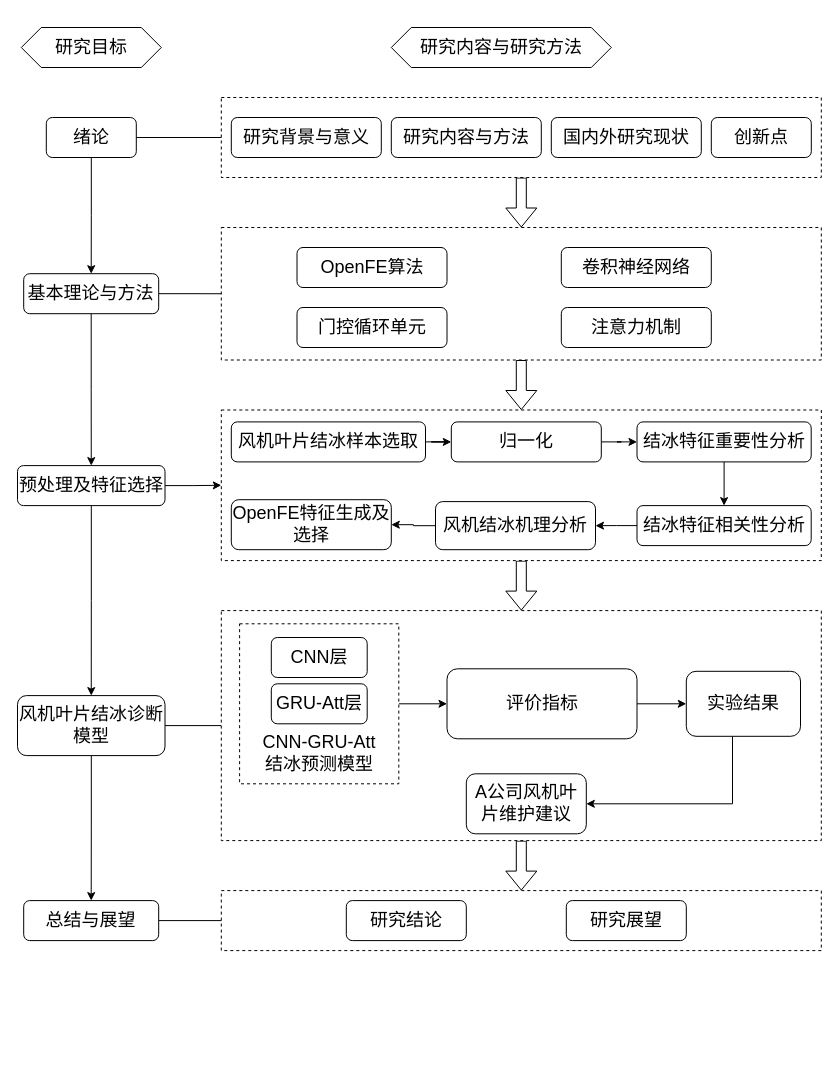
Before: 新毕设技术路线图 1210.drawio in Abccccd/-2, a draw.io diagram. Source tidied: cells renumbered, new cells numbered last; positions are measured from the earlier drawing's top-left corner, leaving out a move shared by most shapes. Both pictures are drawn from the tidied source at 100%, with x=0, y=0 at pixel (17, 27).
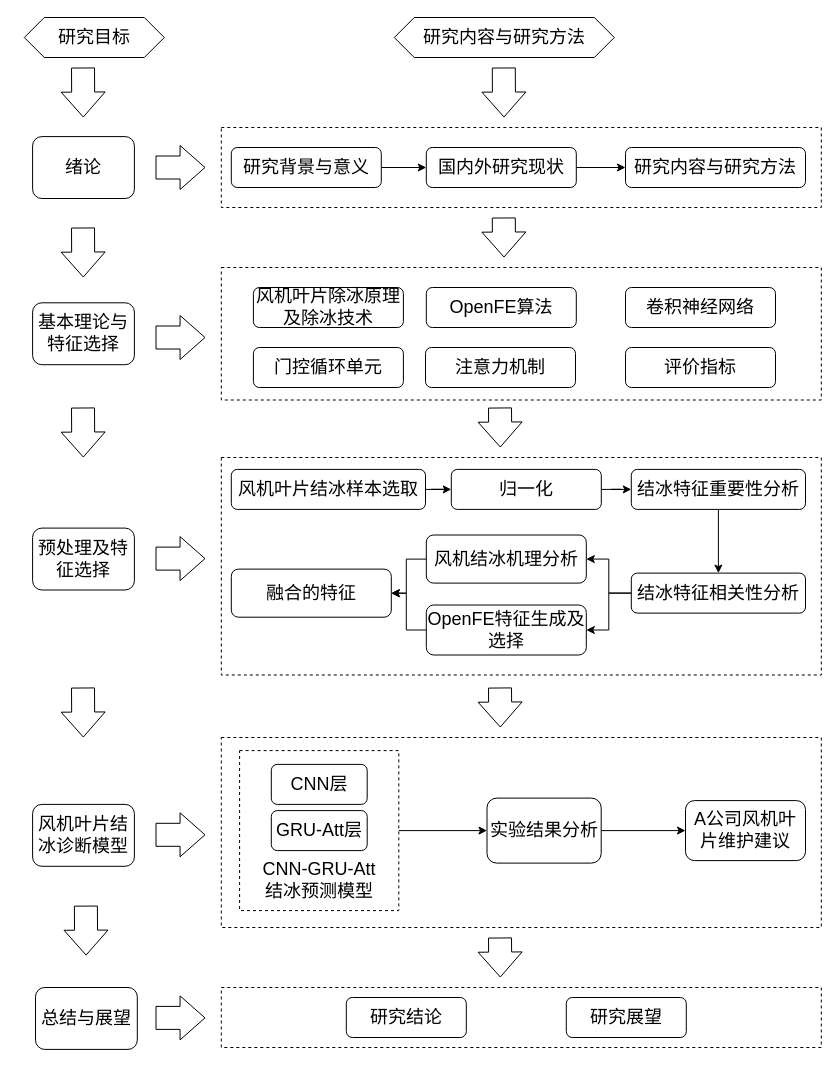
After the change.

Commit message:
新毕设技术路线图 1210.drawio

Diff of the diagram source:
```diff
@@
-    <mxCell id="2" style="edgeStyle=orthogonalEdgeStyle;rounded=0;jettySize=auto;html=1;entryX=0.5;entryY=0;entryDx=0;entryDy=0;shape=flexArrow;" parent="1" edge="1" source="3" target="6">
-      <mxGeometry relative="1" as="geometry" />
-    </mxCell>
     <mxCell id="3" style="rounded=0;whiteSpace=wrap;html=1;dashed=1;" parent="1" vertex="1">
-      <mxGeometry x="203.8" y="382.5" width="600" height="150.6" as="geometry" />
+      <mxGeometry x="203.8" y="430" width="600" height="217.5" as="geometry" />
     </mxCell>
-    <mxCell id="4" style="edgeStyle=orthogonalEdgeStyle;rounded=0;jettySize=auto;html=1;shape=flexArrow;" parent="1" edge="1" source="6" target="9">
-      <mxGeometry relative="1" as="geometry" />
-    </mxCell>
-    <mxCell id="5" style="edgeStyle=orthogonalEdgeStyle;rounded=0;jettySize=auto;html=1;entryX=1;entryY=0.5;entryDx=0;entryDy=0;endArrow=none;endFill=0;" parent="1" edge="1" source="6" target="43">
-      <mxGeometry relative="1" as="geometry" />
-    </mxCell>
     <mxCell id="6" style="rounded=0;whiteSpace=wrap;html=1;dashed=1;" parent="1" vertex="1">
-      <mxGeometry x="203.8" y="583.1" width="600" height="230" as="geometry" />
+      <mxGeometry x="203.8" y="710" width="600" height="190" as="geometry" />
     </mxCell>
-    <mxCell id="7" style="edgeStyle=orthogonalEdgeStyle;rounded=0;jettySize=auto;html=1;" parent="1" edge="1" source="8" target="46">
-      <mxGeometry relative="1" as="geometry" />
-    </mxCell>
+    <mxCell id="58" style="edgeStyle=orthogonalEdgeStyle;rounded=0;jettySize=auto;html=1;exitX=1;exitY=0.5;exitDx=0;exitDy=0;entryX=0;entryY=0.5;entryDx=0;entryDy=0;" parent="1" edge="1" source="8" target="48">
+      <mxGeometry relative="1" as="geometry" />
+    </mxCell>
     <mxCell id="8" style="rounded=0;whiteSpace=wrap;html=1;dashed=1;" parent="1" vertex="1">
-      <mxGeometry x="222.1" y="596.3" width="159.2" height="160" as="geometry" />
+      <mxGeometry x="222.1" y="723.1" width="159.2" height="160" as="geometry" />
     </mxCell>
     <mxCell id="9" style="rounded=0;whiteSpace=wrap;html=1;dashed=1;" parent="1" vertex="1">
-      <mxGeometry x="203.8" y="863.1" width="600" height="60" as="geometry" />
+      <mxGeometry x="203.8" y="960" width="600" height="60" as="geometry" />
     </mxCell>
-    <mxCell id="10" style="edgeStyle=orthogonalEdgeStyle;rounded=0;jettySize=auto;html=1;entryX=0.5;entryY=0;entryDx=0;entryDy=0;shape=flexArrow;" parent="1" edge="1" source="11" target="3">
-      <mxGeometry relative="1" as="geometry" />
-    </mxCell>
     <mxCell id="11" style="rounded=0;whiteSpace=wrap;html=1;dashed=1;" parent="1" vertex="1">
-      <mxGeometry x="203.8" y="200" width="600" height="132.5" as="geometry" />
+      <mxGeometry x="203.8" y="240" width="600" height="132.5" as="geometry" />
     </mxCell>
-    <mxCell id="12" style="edgeStyle=orthogonalEdgeStyle;rounded=0;jettySize=auto;html=1;entryX=0.5;entryY=0;entryDx=0;entryDy=0;shape=flexArrow;" parent="1" edge="1" source="13" target="11">
-      <mxGeometry relative="1" as="geometry" />
-    </mxCell>
     <mxCell id="13" style="rounded=0;whiteSpace=wrap;html=1;dashed=1;" parent="1" vertex="1">
-      <mxGeometry x="203.8" y="70" width="600" height="80" as="geometry" />
+      <mxGeometry x="203.8" y="100" width="600" height="80" as="geometry" />
     </mxCell>
     <mxCell id="14" value="&lt;font style=&quot;font-size: 18px;&quot;&gt;研究目标&lt;/font&gt;" style="shape=hexagon;perimeter=hexagonPerimeter2;whiteSpace=wrap;html=1;fixedSize=1;" parent="1" vertex="1">
-      <mxGeometry x="3.8" width="140" height="40" as="geometry" />
+      <mxGeometry x="6.8" y="-10" width="140" height="40" as="geometry" />
     </mxCell>
     <mxCell id="15" value="&lt;font style=&quot;font-size: 18px;&quot;&gt;研究内容与研究方法&lt;/font&gt;" style="shape=hexagon;perimeter=hexagonPerimeter2;whiteSpace=wrap;html=1;fixedSize=1;" parent="1" vertex="1">
-      <mxGeometry x="373.8" width="220" height="40" as="geometry" />
+      <mxGeometry x="376.8" y="-10" width="220" height="40" as="geometry" />
     </mxCell>
-    <mxCell id="16" style="edgeStyle=orthogonalEdgeStyle;rounded=0;jettySize=auto;html=1;entryX=0.5;entryY=0;entryDx=0;entryDy=0;" parent="1" edge="1" source="18" target="25">
-      <mxGeometry relative="1" as="geometry" />
-    </mxCell>
-    <mxCell id="17" style="edgeStyle=orthogonalEdgeStyle;rounded=0;jettySize=auto;html=1;entryX=0;entryY=0.5;entryDx=0;entryDy=0;endArrow=none;endFill=0;" parent="1" edge="1" source="18" target="13">
-      <mxGeometry relative="1" as="geometry" />
-    </mxCell>
-    <mxCell id="18" value="&lt;font style=&quot;font-size: 18px;&quot;&gt;绪论&lt;/font&gt;" style="rounded=1;whiteSpace=wrap;html=1;" parent="1" vertex="1">
-      <mxGeometry x="28.8" y="90" width="90" height="40" as="geometry" />
-    </mxCell>
+    <mxCell id="59" style="edgeStyle=orthogonalEdgeStyle;rounded=0;jettySize=auto;html=1;entryX=0;entryY=0.5;entryDx=0;entryDy=0;" parent="1" edge="1" source="19" target="21">
+      <mxGeometry relative="1" as="geometry" />
+    </mxCell>
     <mxCell id="19" value="&lt;font style=&quot;font-size: 18px;&quot;&gt;研究背景与意义&lt;/font&gt;" style="rounded=1;whiteSpace=wrap;html=1;" parent="1" vertex="1">
-      <mxGeometry x="213.8" y="90" width="150" height="40" as="geometry" />
+      <mxGeometry x="213.8" y="120" width="150" height="40" as="geometry" />
     </mxCell>
-    <mxCell id="20" value="&lt;font style=&quot;font-size: 18px;&quot;&gt;研究内容与方法&lt;/font&gt;" style="rounded=1;whiteSpace=wrap;html=1;" parent="1" vertex="1">
-      <mxGeometry x="373.8" y="90" width="150" height="40" as="geometry" />
+    <mxCell id="20" value="&lt;span style=&quot;font-size: 18px;&quot;&gt;研究内容与研究方法&lt;/span&gt;" style="rounded=1;whiteSpace=wrap;html=1;" parent="1" vertex="1">
+      <mxGeometry x="608" y="120" width="180" height="40" as="geometry" />
     </mxCell>
+    <mxCell id="60" style="edgeStyle=orthogonalEdgeStyle;rounded=0;jettySize=auto;html=1;" parent="1" edge="1" source="21" target="20">
+      <mxGeometry relative="1" as="geometry" />
+    </mxCell>
     <mxCell id="21" value="&lt;font style=&quot;font-size: 18px;&quot;&gt;国内外研究现状&lt;/font&gt;" style="rounded=1;whiteSpace=wrap;html=1;" parent="1" vertex="1">
-      <mxGeometry x="533.8" y="90" width="150" height="40" as="geometry" />
+      <mxGeometry x="408.8" y="120" width="150" height="40" as="geometry" />
     </mxCell>
-    <mxCell id="22" value="&lt;font style=&quot;font-size: 18px;&quot;&gt;创新点&lt;/font&gt;" style="rounded=1;whiteSpace=wrap;html=1;" parent="1" vertex="1">
-      <mxGeometry x="693.8" y="90" width="100" height="40" as="geometry" />
-    </mxCell>
-    <mxCell id="23" style="edgeStyle=orthogonalEdgeStyle;rounded=0;jettySize=auto;html=1;entryX=0.5;entryY=0;entryDx=0;entryDy=0;" parent="1" edge="1" source="25" target="32">
-      <mxGeometry relative="1" as="geometry" />
-    </mxCell>
-    <mxCell id="24" style="edgeStyle=orthogonalEdgeStyle;rounded=0;jettySize=auto;html=1;entryX=0;entryY=0.5;entryDx=0;entryDy=0;endArrow=none;endFill=0;" parent="1" edge="1" source="25" target="11">
-      <mxGeometry relative="1" as="geometry" />
-    </mxCell>
-    <mxCell id="25" value="&lt;font style=&quot;font-size: 18px;&quot;&gt;基本理论与方法&lt;/font&gt;" style="rounded=1;whiteSpace=wrap;html=1;" parent="1" vertex="1">
-      <mxGeometry x="6.2" y="246.2" width="135" height="40" as="geometry" />
-    </mxCell>
     <mxCell id="26" value="&lt;font style=&quot;font-size: 18px;&quot;&gt;OpenFE算法&lt;/font&gt;" style="rounded=1;whiteSpace=wrap;html=1;" parent="1" vertex="1">
-      <mxGeometry x="279.5" y="220" width="150" height="40" as="geometry" />
+      <mxGeometry x="408.8" y="260" width="150" height="40" as="geometry" />
     </mxCell>
     <mxCell id="27" value="&lt;span style=&quot;font-size: 18px;&quot;&gt;卷积神经网络&lt;/span&gt;" style="rounded=1;whiteSpace=wrap;html=1;" parent="1" vertex="1">
-      <mxGeometry x="543.8" y="220" width="150" height="40" as="geometry" />
+      <mxGeometry x="608" y="260" width="150" height="40" as="geometry" />
     </mxCell>
     <mxCell id="28" value="&lt;span style=&quot;font-size: 18px;&quot;&gt;门控循环单元&lt;/span&gt;" style="rounded=1;whiteSpace=wrap;html=1;" parent="1" vertex="1">
-      <mxGeometry x="279.5" y="280" width="150" height="40" as="geometry" />
+      <mxGeometry x="235.9" y="320" width="150" height="40" as="geometry" />
     </mxCell>
     <mxCell id="29" value="&lt;span style=&quot;font-size: 18px;&quot;&gt;注意力机制&lt;/span&gt;" style="rounded=1;whiteSpace=wrap;html=1;" parent="1" vertex="1">
-      <mxGeometry x="543.8" y="280" width="150" height="40" as="geometry" />
+      <mxGeometry x="408" y="320" width="150" height="40" as="geometry" />
     </mxCell>
-    <mxCell id="30" style="edgeStyle=orthogonalEdgeStyle;rounded=0;jettySize=auto;html=1;entryX=0.5;entryY=0;entryDx=0;entryDy=0;" parent="1" edge="1" source="32" target="43">
-      <mxGeometry relative="1" as="geometry" />
-    </mxCell>
-    <mxCell id="31" style="edgeStyle=orthogonalEdgeStyle;rounded=0;jettySize=auto;html=1;entryX=0;entryY=0.5;entryDx=0;entryDy=0;" parent="1" edge="1" source="32" target="3">
-      <mxGeometry relative="1" as="geometry" />
-    </mxCell>
-    <mxCell id="32" value="&lt;font style=&quot;font-size: 18px;&quot;&gt;预处理及特征选择&lt;/font&gt;" style="rounded=1;whiteSpace=wrap;html=1;" parent="1" vertex="1">
-      <mxGeometry y="438.1" width="147.5" height="40" as="geometry" />
-    </mxCell>
@@
     <mxCell id="34" value="&lt;span style=&quot;font-size: 18px;&quot;&gt;风机叶片结冰样本选取&lt;/span&gt;" style="rounded=1;whiteSpace=wrap;html=1;" parent="1" vertex="1">
-      <mxGeometry x="213.8" y="394.4" width="194.2" height="40" as="geometry" />
+      <mxGeometry x="213.8" y="441.9" width="194.2" height="40" as="geometry" />
     </mxCell>
@@
     <mxCell id="36" value="&lt;span style=&quot;font-size: 18px;&quot;&gt;归一化&lt;/span&gt;" style="rounded=1;whiteSpace=wrap;html=1;" parent="1" vertex="1">
-      <mxGeometry x="433.8" y="394.4" width="150" height="40" as="geometry" />
+      <mxGeometry x="433.8" y="441.9" width="150" height="40" as="geometry" />
     </mxCell>
@@
+    <mxCell id="61" style="edgeStyle=orthogonalEdgeStyle;rounded=0;jettySize=auto;html=1;entryX=1;entryY=0.5;entryDx=0;entryDy=0;" parent="1" edge="1" source="38" target="39">
+      <mxGeometry relative="1" as="geometry" />
+    </mxCell>
     <mxCell id="38" value="&lt;font style=&quot;font-size: 18px;&quot;&gt;结冰特征相关性分析&lt;/font&gt;" style="rounded=1;whiteSpace=wrap;html=1;" parent="1" vertex="1">
-      <mxGeometry x="619.5" y="478.1" width="174.2" height="40" as="geometry" />
+      <mxGeometry x="613.8" y="545.6" width="174.2" height="40" as="geometry" />
     </mxCell>
+    <mxCell id="62" style="edgeStyle=orthogonalEdgeStyle;rounded=0;jettySize=auto;html=1;entryX=1;entryY=0.5;entryDx=0;entryDy=0;" parent="1" edge="1" source="39" target="75">
+      <mxGeometry relative="1" as="geometry" />
+    </mxCell>
     <mxCell id="39" value="&lt;span style=&quot;font-size: 18px;&quot;&gt;OpenFE特征生成及选择&lt;/span&gt;" style="rounded=1;whiteSpace=wrap;html=1;" parent="1" vertex="1">
-      <mxGeometry x="213.8" y="472.2" width="160" height="50" as="geometry" />
+      <mxGeometry x="408.8" y="577.5" width="160" height="50" as="geometry" />
     </mxCell>
@@
     <mxCell id="41" value="&lt;font style=&quot;font-size: 18px;&quot;&gt;结冰特征重要性分析&lt;/font&gt;" style="rounded=1;whiteSpace=wrap;html=1;" parent="1" vertex="1">
-      <mxGeometry x="619.5" y="394.4" width="174.2" height="40" as="geometry" />
+      <mxGeometry x="613.8" y="441.9" width="174.2" height="40" as="geometry" />
     </mxCell>
-    <mxCell id="42" style="edgeStyle=orthogonalEdgeStyle;rounded=0;jettySize=auto;html=1;entryX=0.5;entryY=0;entryDx=0;entryDy=0;" parent="1" edge="1" source="43" target="50">
-      <mxGeometry relative="1" as="geometry" />
-    </mxCell>
     <mxCell id="43" value="&lt;font style=&quot;font-size: 18px;&quot;&gt;风机叶片结冰诊断模型&lt;/font&gt;" style="rounded=1;whiteSpace=wrap;html=1;" parent="1" vertex="1">
-      <mxGeometry y="668.1" width="147.5" height="60" as="geometry" />
+      <mxGeometry x="15.1" y="776.9" width="101.8" height="61.9" as="geometry" />
     </mxCell>
     <mxCell id="44" value="&lt;span style=&quot;font-size: 18px;&quot;&gt;GRU-Att层&lt;/span&gt;" style="rounded=1;whiteSpace=wrap;html=1;" parent="1" vertex="1">
-      <mxGeometry x="253.8" y="656.3" width="95.9" height="40" as="geometry" />
+      <mxGeometry x="253.8" y="783.1" width="95.9" height="40" as="geometry" />
     </mxCell>
-    <mxCell id="45" style="edgeStyle=orthogonalEdgeStyle;rounded=0;jettySize=auto;html=1;entryX=0;entryY=0.5;entryDx=0;entryDy=0;" parent="1" edge="1" source="46" target="48">
-      <mxGeometry relative="1" as="geometry" />
-    </mxCell>
-    <mxCell id="46" value="&lt;span style=&quot;font-size: 18px;&quot;&gt;评价指标&lt;/span&gt;" style="rounded=1;whiteSpace=wrap;html=1;" parent="1" vertex="1">
-      <mxGeometry x="429.5" y="641.3" width="190" height="70" as="geometry" />
-    </mxCell>
-    <mxCell id="47" style="edgeStyle=orthogonalEdgeStyle;rounded=0;jettySize=auto;html=1;entryX=1;entryY=0.5;entryDx=0;entryDy=0;" parent="1" edge="1" source="48" target="57">
-      <mxGeometry relative="1" as="geometry">
-        <Array as="points">
-          <mxPoint x="715" y="776.3" />
-        </Array>
-      </mxGeometry>
+    <mxCell id="47" style="edgeStyle=orthogonalEdgeStyle;rounded=0;jettySize=auto;html=1;entryX=0;entryY=0.5;entryDx=0;entryDy=0;" parent="1" edge="1" source="48" target="57">
+      <mxGeometry relative="1" as="geometry" />
     </mxCell>
-    <mxCell id="48" value="&lt;span style=&quot;font-size: 18px;&quot;&gt;实验结果&lt;/span&gt;" style="rounded=1;whiteSpace=wrap;html=1;" parent="1" vertex="1">
-      <mxGeometry x="668.8" y="643.8" width="114.2" height="65" as="geometry" />
+    <mxCell id="48" value="&lt;span style=&quot;font-size: 18px;&quot;&gt;实验结果分析&lt;/span&gt;" style="rounded=1;whiteSpace=wrap;html=1;" parent="1" vertex="1">
+      <mxGeometry x="469.5" y="770.6" width="114.2" height="65" as="geometry" />
     </mxCell>
-    <mxCell id="49" style="edgeStyle=orthogonalEdgeStyle;rounded=0;jettySize=auto;html=1;entryX=0;entryY=0.5;entryDx=0;entryDy=0;endArrow=none;endFill=0;" parent="1" edge="1" source="50" target="9">
-      <mxGeometry relative="1" as="geometry" />
-    </mxCell>
-    <mxCell id="50" value="&lt;font style=&quot;font-size: 18px;&quot;&gt;总结与展望&lt;/font&gt;" style="rounded=1;whiteSpace=wrap;html=1;" parent="1" vertex="1">
-      <mxGeometry x="6.2" y="873.1" width="135" height="40" as="geometry" />
-    </mxCell>
     <mxCell id="51" value="&lt;span style=&quot;font-size: 18px;&quot;&gt;研究结论&lt;/span&gt;" style="rounded=1;whiteSpace=wrap;html=1;" parent="1" vertex="1">
-      <mxGeometry x="328.8" y="873.1" width="120" height="40" as="geometry" />
+      <mxGeometry x="328.8" y="970" width="120" height="40" as="geometry" />
     </mxCell>
     <mxCell id="52" value="&lt;span style=&quot;font-size: 18px;&quot;&gt;研究展望&lt;/span&gt;" style="rounded=1;whiteSpace=wrap;html=1;" parent="1" vertex="1">
-      <mxGeometry x="548.8" y="873.1" width="120" height="40" as="geometry" />
+      <mxGeometry x="548.8" y="970" width="120" height="40" as="geometry" />
     </mxCell>
-    <mxCell id="53" style="edgeStyle=orthogonalEdgeStyle;rounded=0;jettySize=auto;html=1;" parent="1" edge="1" source="54" target="39">
-      <mxGeometry relative="1" as="geometry" />
-    </mxCell>
+    <mxCell id="63" style="edgeStyle=orthogonalEdgeStyle;rounded=0;jettySize=auto;html=1;entryX=1;entryY=0.5;entryDx=0;entryDy=0;" parent="1" edge="1" source="54" target="75">
+      <mxGeometry relative="1" as="geometry" />
+    </mxCell>
     <mxCell id="54" value="&lt;span style=&quot;font-size: 18px;&quot;&gt;风机结冰机理分析&lt;/span&gt;" style="rounded=1;whiteSpace=wrap;html=1;" parent="1" vertex="1">
-      <mxGeometry x="418" y="474.1" width="160" height="48.1" as="geometry" />
+      <mxGeometry x="408.8" y="507.5" width="160" height="48.1" as="geometry" />
     </mxCell>
     <mxCell id="55" value="&lt;span style=&quot;font-size: 18px;&quot;&gt;CNN层&lt;/span&gt;" style="rounded=1;whiteSpace=wrap;html=1;" parent="1" vertex="1">
-      <mxGeometry x="253.8" y="610" width="95.9" height="40" as="geometry" />
+      <mxGeometry x="253.8" y="736.9" width="95.9" height="40" as="geometry" />
     </mxCell>
     <mxCell id="56" value="&lt;span style=&quot;font-size: 18px;&quot;&gt;CNN-GRU-Att结冰预测模型&lt;/span&gt;" style="rounded=1;whiteSpace=wrap;html=1;opacity=0;" parent="1" vertex="1">
-      <mxGeometry x="235.7" y="706.3" width="132.2" height="40" as="geometry" />
+      <mxGeometry x="235.7" y="833.1" width="132.2" height="40" as="geometry" />
     </mxCell>
     <mxCell id="57" value="&lt;span style=&quot;font-size: 18px;&quot;&gt;A公司风机叶片维护建议&lt;/span&gt;" style="rounded=1;whiteSpace=wrap;html=1;" parent="1" vertex="1">
-      <mxGeometry x="448.8" y="746.3" width="120" height="60" as="geometry" />
+      <mxGeometry x="668" y="773.1" width="120" height="60" as="geometry" />
     </mxCell>
+    <mxCell id="32" value="&lt;span style=&quot;font-size: 18px;&quot;&gt;预处理及特征选择&lt;/span&gt;" style="rounded=1;whiteSpace=wrap;html=1;" parent="1" vertex="1">
+      <mxGeometry x="15.1" y="500.6" width="101.8" height="61.9" as="geometry" />
+    </mxCell>
+    <mxCell id="64" value="&lt;span style=&quot;font-size: 18px;&quot;&gt;基本理论与特征选择&lt;/span&gt;" style="rounded=1;whiteSpace=wrap;html=1;" parent="1" vertex="1">
+      <mxGeometry x="15.1" y="275.3" width="101.8" height="61.9" as="geometry" />
+    </mxCell>
+    <mxCell id="18" value="&lt;span style=&quot;font-size: 18px;&quot;&gt;绪论&lt;/span&gt;" style="rounded=1;whiteSpace=wrap;html=1;" parent="1" vertex="1">
+      <mxGeometry x="15.1" y="109.1" width="101.8" height="61.9" as="geometry" />
+    </mxCell>
+    <mxCell id="50" value="&lt;span style=&quot;font-size: 18px;&quot;&gt;总结与展望&lt;/span&gt;" style="rounded=1;whiteSpace=wrap;html=1;" parent="1" vertex="1">
+      <mxGeometry x="18" y="960" width="101.8" height="61.9" as="geometry" />
+    </mxCell>
+    <mxCell id="65" style="shape=flexArrow;endArrow=classic;html=1;rounded=0;width=23;endSize=7.98;" parent="1" edge="1">
+      <mxGeometry relative="1" as="geometry">
+        <mxPoint x="65.5" y="200" as="sourcePoint" />
+        <mxPoint x="65.8" y="250" as="targetPoint" />
+      </mxGeometry>
+    </mxCell>
+    <mxCell id="66" style="shape=flexArrow;endArrow=classic;html=1;rounded=0;width=23;endSize=7.98;" parent="1" edge="1">
+      <mxGeometry relative="1" as="geometry">
+        <mxPoint x="65.5" y="380" as="sourcePoint" />
+        <mxPoint x="65.8" y="430" as="targetPoint" />
+      </mxGeometry>
+    </mxCell>
+    <mxCell id="67" style="shape=flexArrow;endArrow=classic;html=1;rounded=0;width=23;endSize=7.98;" parent="1" edge="1">
+      <mxGeometry relative="1" as="geometry">
+        <mxPoint x="65.5" y="660" as="sourcePoint" />
+        <mxPoint x="65.8" y="710" as="targetPoint" />
+      </mxGeometry>
+    </mxCell>
+    <mxCell id="68" style="shape=flexArrow;endArrow=classic;html=1;rounded=0;width=23;endSize=7.98;" parent="1" edge="1">
+      <mxGeometry relative="1" as="geometry">
+        <mxPoint x="68.4" y="878.1" as="sourcePoint" />
+        <mxPoint x="68.6" y="928.1" as="targetPoint" />
+      </mxGeometry>
+    </mxCell>
+    <mxCell id="69" style="shape=flexArrow;endArrow=classic;html=1;rounded=0;width=23;endSize=7.98;" parent="1" edge="1">
+      <mxGeometry relative="1" as="geometry">
+        <mxPoint x="138" y="140" as="sourcePoint" />
+        <mxPoint x="188" y="140" as="targetPoint" />
+      </mxGeometry>
+    </mxCell>
+    <mxCell id="70" style="shape=flexArrow;endArrow=classic;html=1;rounded=0;width=23;endSize=7.98;" parent="1" edge="1">
+      <mxGeometry relative="1" as="geometry">
+        <mxPoint x="138" y="310" as="sourcePoint" />
+        <mxPoint x="188" y="310" as="targetPoint" />
+      </mxGeometry>
+    </mxCell>
+    <mxCell id="71" style="shape=flexArrow;endArrow=classic;html=1;rounded=0;width=23;endSize=7.98;" parent="1" edge="1">
+      <mxGeometry relative="1" as="geometry">
+        <mxPoint x="138" y="531.1" as="sourcePoint" />
+        <mxPoint x="188" y="531.1" as="targetPoint" />
+      </mxGeometry>
+    </mxCell>
+    <mxCell id="72" style="shape=flexArrow;endArrow=classic;html=1;rounded=0;width=23;endSize=7.98;" parent="1" edge="1">
+      <mxGeometry relative="1" as="geometry">
+        <mxPoint x="138" y="807.3" as="sourcePoint" />
+        <mxPoint x="188" y="807.3" as="targetPoint" />
+      </mxGeometry>
+    </mxCell>
+    <mxCell id="73" style="shape=flexArrow;endArrow=classic;html=1;rounded=0;width=23;endSize=7.98;" parent="1" edge="1">
+      <mxGeometry relative="1" as="geometry">
+        <mxPoint x="138" y="990.4" as="sourcePoint" />
+        <mxPoint x="188" y="990.4" as="targetPoint" />
+      </mxGeometry>
+    </mxCell>
+    <mxCell id="74" value="&lt;font style=&quot;font-size: 18px;&quot;&gt;风机叶片除冰原理及除冰技术&lt;/font&gt;" style="rounded=1;whiteSpace=wrap;html=1;" parent="1" vertex="1">
+      <mxGeometry x="235.9" y="260" width="150" height="40" as="geometry" />
+    </mxCell>
+    <mxCell id="75" value="&lt;span style=&quot;font-size: 18px;&quot;&gt;融合的特征&lt;/span&gt;" style="rounded=1;whiteSpace=wrap;html=1;" parent="1" vertex="1">
+      <mxGeometry x="213.8" y="541.6" width="160" height="48.1" as="geometry" />
+    </mxCell>
+    <mxCell id="46" value="&lt;span style=&quot;font-size: 18px;&quot;&gt;评价指标&lt;/span&gt;" style="rounded=1;whiteSpace=wrap;html=1;" parent="1" vertex="1">
+      <mxGeometry x="608" y="320" width="150" height="40" as="geometry" />
+    </mxCell>
+    <mxCell id="76" style="shape=flexArrow;endArrow=classic;html=1;rounded=0;width=23;endSize=7.98;" parent="1" edge="1">
+      <mxGeometry relative="1" as="geometry">
+        <mxPoint x="65.5" y="40" as="sourcePoint" />
+        <mxPoint x="65.8" y="90" as="targetPoint" />
+      </mxGeometry>
+    </mxCell>
+    <mxCell id="77" style="shape=flexArrow;endArrow=classic;html=1;rounded=0;width=23;endSize=7.98;" parent="1" edge="1">
+      <mxGeometry relative="1" as="geometry">
+        <mxPoint x="486.3" y="40" as="sourcePoint" />
+        <mxPoint x="486.5" y="90" as="targetPoint" />
+      </mxGeometry>
+    </mxCell>
+    <mxCell id="78" style="shape=flexArrow;endArrow=classic;html=1;rounded=0;width=23;endSize=7.98;" parent="1" edge="1">
+      <mxGeometry relative="1" as="geometry">
+        <mxPoint x="486.3" y="190" as="sourcePoint" />
+        <mxPoint x="486.5" y="230" as="targetPoint" />
+      </mxGeometry>
+    </mxCell>
+    <mxCell id="79" style="shape=flexArrow;endArrow=classic;html=1;rounded=0;width=23;endSize=7.98;" parent="1" edge="1">
+      <mxGeometry relative="1" as="geometry">
+        <mxPoint x="482.5" y="380" as="sourcePoint" />
+        <mxPoint x="482.8" y="420" as="targetPoint" />
+      </mxGeometry>
+    </mxCell>
+    <mxCell id="80" style="shape=flexArrow;endArrow=classic;html=1;rounded=0;width=23;endSize=7.98;" parent="1" edge="1">
+      <mxGeometry relative="1" as="geometry">
+        <mxPoint x="482.5" y="660" as="sourcePoint" />
+        <mxPoint x="482.8" y="700" as="targetPoint" />
+      </mxGeometry>
+    </mxCell>
+    <mxCell id="81" style="shape=flexArrow;endArrow=classic;html=1;rounded=0;width=23;endSize=7.98;" parent="1" edge="1">
+      <mxGeometry relative="1" as="geometry">
+        <mxPoint x="482.5" y="910" as="sourcePoint" />
+        <mxPoint x="482.8" y="950" as="targetPoint" />
+      </mxGeometry>
+    </mxCell>
```
